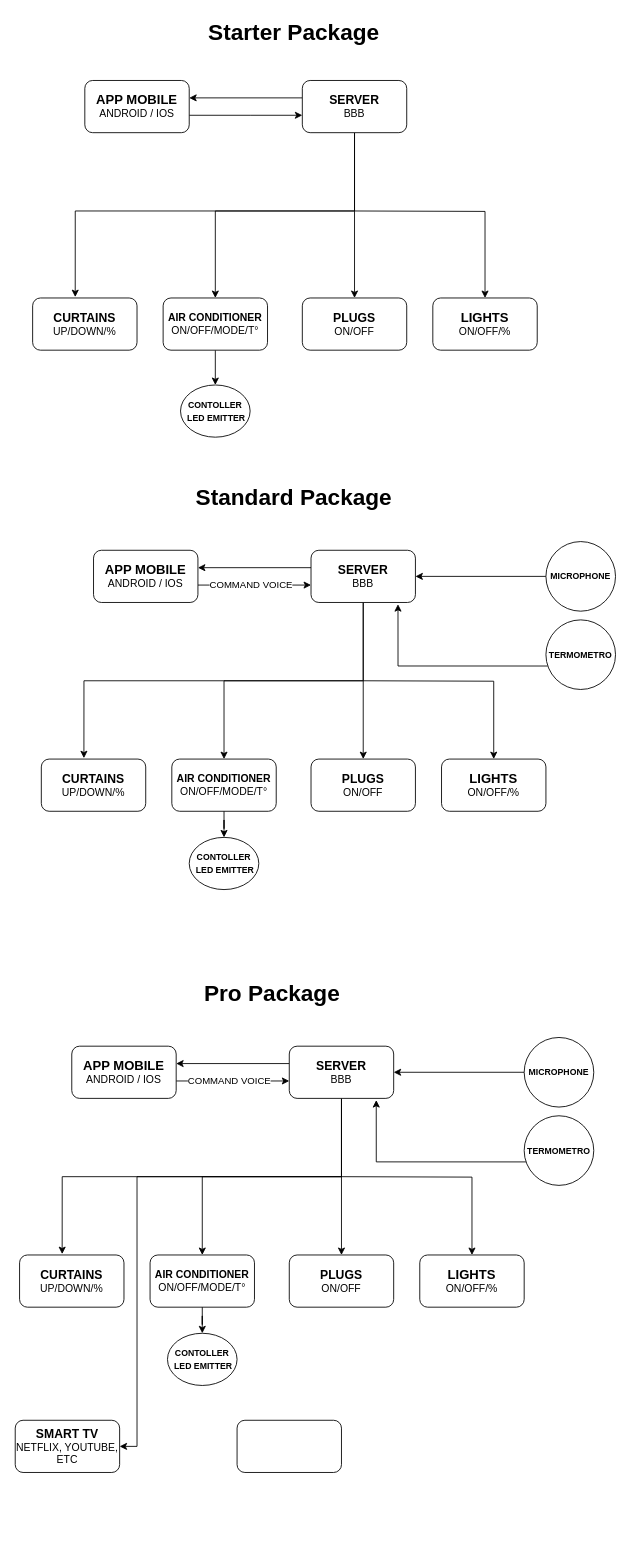
The draw.io diagram sunday.drawio in andyandreone/app-node-beagle, before the edit. Source tidied: cells renumbered, new cells numbered last; positions are measured from the earlier drawing's top-left corner, leaving out a move shared by most shapes. Both pictures are drawn from the tidied source at 87%, with x=0, y=0 at pixel (15, 15).
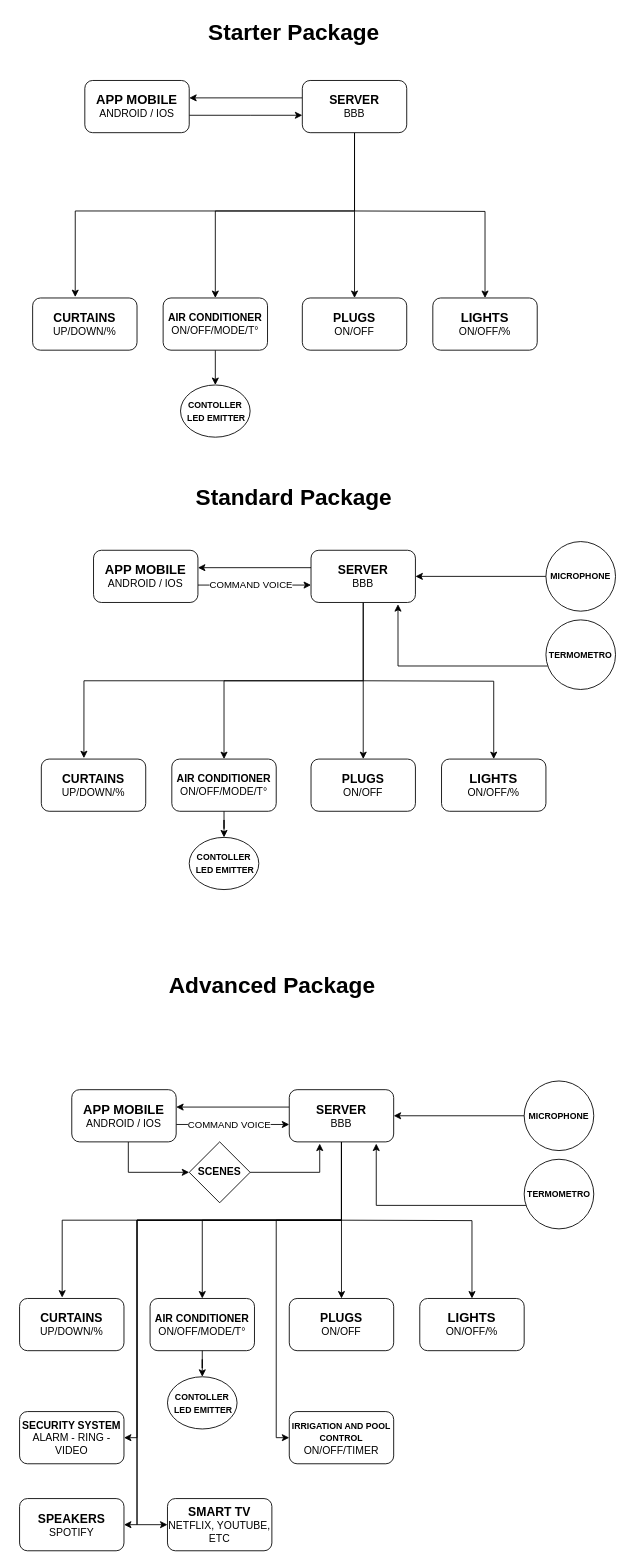
After the change.

What changed in the source:
```diff
@@
-    <mxCell id="37" value="Pro Package" style="text;html=1;align=center;verticalAlign=middle;strokeColor=none;fillColor=none;strokeWidth=4;fontSize=26;fontStyle=1;" parent="1" vertex="1">
-      <mxGeometry x="210" y="1105" width="170" height="40" as="geometry" />
-    </mxCell>
+    <mxCell id="58" value="&lt;font style=&quot;font-size: 14px;&quot;&gt;&lt;b&gt;SMART TV&lt;br&gt;&lt;/b&gt;&lt;/font&gt;&lt;font style=&quot;font-size: 12px;&quot;&gt;&lt;span style=&quot;&quot;&gt;NETFLIX, YOUTUBE, ETC&lt;/span&gt;&lt;font style=&quot;font-size: 12px;&quot;&gt;&lt;br&gt;&lt;/font&gt;&lt;/font&gt;" style="rounded=1;whiteSpace=wrap;html=1;labelBackgroundColor=none;" parent="1" vertex="1">
+      <mxGeometry x="175" y="1705" width="120" height="60" as="geometry" />
+    </mxCell>
+    <mxCell id="59" value="&lt;div&gt;&lt;b&gt;&lt;font style=&quot;font-size: 14px;&quot;&gt;SPEAKERS&lt;/font&gt;&lt;/b&gt;&lt;br&gt;SPOTIFY&lt;br&gt;&lt;/div&gt;" style="rounded=1;whiteSpace=wrap;html=1;labelBackgroundColor=none;" parent="1" vertex="1">
+      <mxGeometry x="5" y="1705" width="120" height="60" as="geometry" />
+    </mxCell>
+    <mxCell id="60" value="Advanced Package" style="text;html=1;align=center;verticalAlign=middle;strokeColor=none;fillColor=none;strokeWidth=4;fontSize=26;fontStyle=1;" parent="1" vertex="1">
+      <mxGeometry x="170" y="1095" width="250" height="40" as="geometry" />
+    </mxCell>
     <mxCell id="38" style="edgeStyle=orthogonalEdgeStyle;rounded=0;jettySize=auto;html=1;labelBackgroundColor=none;fontColor=default;" parent="1" edge="1" source="40" target="47">
       <mxGeometry relative="1" as="geometry">
         <Array as="points">
-          <mxPoint x="255" y="1225" />
-          <mxPoint x="255" y="1225" />
+          <mxPoint x="255" y="1275" />
+          <mxPoint x="255" y="1275" />
         </Array>
       </mxGeometry>
     </mxCell>
@@
+    <mxCell id="61" style="edgeStyle=orthogonalEdgeStyle;rounded=0;jettySize=auto;html=1;entryX=0;entryY=0.5;entryDx=0;entryDy=0;" parent="1" edge="1" source="40" target="70">
+      <mxGeometry relative="1" as="geometry">
+        <Array as="points">
+          <mxPoint x="130" y="1330" />
+        </Array>
+      </mxGeometry>
+    </mxCell>
     <mxCell id="40" value="&lt;b&gt;&lt;font style=&quot;font-size: 15px;&quot;&gt;APP MOBILE&lt;/font&gt;&lt;/b&gt;&lt;br&gt;ANDROID / IOS" style="rounded=1;whiteSpace=wrap;html=1;labelBackgroundColor=none;" parent="1" vertex="1">
-      <mxGeometry x="65" y="1185" width="120" height="60" as="geometry" />
+      <mxGeometry x="65" y="1235" width="120" height="60" as="geometry" />
     </mxCell>
@@
     <mxCell id="42" style="edgeStyle=orthogonalEdgeStyle;rounded=0;jettySize=auto;html=1;exitX=0.5;exitY=1;exitDx=0;exitDy=0;entryX=0.408;entryY=-0.017;entryDx=0;entryDy=0;entryPerimeter=0;labelBackgroundColor=none;fontColor=default;" parent="1" edge="1" source="47" target="48">
       <mxGeometry relative="1" as="geometry">
         <Array as="points">
-          <mxPoint x="375" y="1335" />
-          <mxPoint x="54" y="1335" />
+          <mxPoint x="375" y="1385" />
+          <mxPoint x="54" y="1385" />
         </Array>
       </mxGeometry>
     </mxCell>
-    <mxCell id="43" style="edgeStyle=orthogonalEdgeStyle;rounded=0;jettySize=auto;html=1;entryX=0.5;entryY=0;entryDx=0;entryDy=0;labelBackgroundColor=none;fontColor=default;" parent="1" edge="1" target="49">
-      <mxGeometry relative="1" as="geometry">
-        <mxPoint x="375" y="1335" as="sourcePoint" />
-      </mxGeometry>
-    </mxCell>
-    <mxCell id="44" style="edgeStyle=orthogonalEdgeStyle;rounded=0;jettySize=auto;html=1;entryX=0.5;entryY=0;entryDx=0;entryDy=0;labelBackgroundColor=none;fontColor=default;" parent="1" edge="1" target="51">
-      <mxGeometry relative="1" as="geometry">
-        <mxPoint x="375" y="1335" as="sourcePoint" />
-        <Array as="points">
-          <mxPoint x="215" y="1335" />
-        </Array>
-      </mxGeometry>
-    </mxCell>
-    <mxCell id="45" style="edgeStyle=orthogonalEdgeStyle;rounded=0;jettySize=auto;html=1;labelBackgroundColor=none;fontColor=default;" parent="1" edge="1" source="47">
-      <mxGeometry relative="1" as="geometry">
-        <mxPoint x="185" y="1205" as="targetPoint" />
-        <Array as="points">
-          <mxPoint x="185" y="1205" />
-        </Array>
-      </mxGeometry>
-    </mxCell>
+    <mxCell id="62" style="edgeStyle=orthogonalEdgeStyle;rounded=0;jettySize=auto;html=1;entryX=0.5;entryY=0;entryDx=0;entryDy=0;labelBackgroundColor=none;fontColor=default;" parent="1" edge="1" target="49">
+      <mxGeometry relative="1" as="geometry">
+        <mxPoint x="375" y="1385" as="sourcePoint" />
+      </mxGeometry>
+    </mxCell>
+    <mxCell id="63" style="edgeStyle=orthogonalEdgeStyle;rounded=0;jettySize=auto;html=1;entryX=0.5;entryY=0;entryDx=0;entryDy=0;labelBackgroundColor=none;fontColor=default;" parent="1" edge="1" target="51">
+      <mxGeometry relative="1" as="geometry">
+        <mxPoint x="375" y="1385" as="sourcePoint" />
+        <Array as="points">
+          <mxPoint x="215" y="1385" />
+        </Array>
+      </mxGeometry>
+    </mxCell>
+    <mxCell id="64" style="edgeStyle=orthogonalEdgeStyle;rounded=0;jettySize=auto;html=1;labelBackgroundColor=none;fontColor=default;" parent="1" edge="1" source="47">
+      <mxGeometry relative="1" as="geometry">
+        <mxPoint x="185" y="1255" as="targetPoint" />
+        <Array as="points">
+          <mxPoint x="185" y="1255" />
+        </Array>
+      </mxGeometry>
+    </mxCell>
+    <mxCell id="65" style="edgeStyle=orthogonalEdgeStyle;rounded=0;jettySize=auto;html=1;" parent="1" edge="1" source="47" target="68">
+      <mxGeometry relative="1" as="geometry">
+        <Array as="points">
+          <mxPoint x="375" y="1385" />
+          <mxPoint x="300" y="1385" />
+          <mxPoint x="300" y="1635" />
+        </Array>
+      </mxGeometry>
+    </mxCell>
+    <mxCell id="66" style="edgeStyle=orthogonalEdgeStyle;rounded=0;jettySize=auto;html=1;" parent="1" edge="1" source="47" target="59">
+      <mxGeometry relative="1" as="geometry">
+        <Array as="points">
+          <mxPoint x="375" y="1385" />
+          <mxPoint x="140" y="1385" />
+          <mxPoint x="140" y="1735" />
+        </Array>
+      </mxGeometry>
+    </mxCell>
+    <mxCell id="67" style="edgeStyle=orthogonalEdgeStyle;rounded=0;jettySize=auto;html=1;" parent="1" edge="1" source="47" target="69">
+      <mxGeometry relative="1" as="geometry">
+        <Array as="points">
+          <mxPoint x="375" y="1385" />
+          <mxPoint x="140" y="1385" />
+          <mxPoint x="140" y="1635" />
+        </Array>
+      </mxGeometry>
+    </mxCell>
-    <mxCell id="46" style="edgeStyle=orthogonalEdgeStyle;rounded=0;jettySize=auto;html=1;" parent="1" edge="1" source="47" target="58">
+    <mxCell id="46" style="edgeStyle=orthogonalEdgeStyle;rounded=0;jettySize=auto;html=1;entryX=0;entryY=0.5;entryDx=0;entryDy=0;" parent="1" edge="1" source="47" target="58">
       <mxGeometry relative="1" as="geometry">
         <Array as="points">
-          <mxPoint x="375" y="1335" />
-          <mxPoint x="140" y="1335" />
-          <mxPoint x="140" y="1645" />
+          <mxPoint x="375" y="1385" />
+          <mxPoint x="140" y="1385" />
+          <mxPoint x="140" y="1735" />
         </Array>
       </mxGeometry>
     </mxCell>
     <mxCell id="47" value="&lt;div&gt;&lt;b&gt;&lt;font style=&quot;font-size: 14px;&quot;&gt;SERVER&lt;/font&gt;&lt;/b&gt;&lt;br&gt;&lt;/div&gt;&lt;div&gt;BBB&lt;/div&gt;" style="rounded=1;whiteSpace=wrap;html=1;labelBackgroundColor=none;" parent="1" vertex="1">
-      <mxGeometry x="315" y="1185" width="120" height="60" as="geometry" />
+      <mxGeometry x="315" y="1235" width="120" height="60" as="geometry" />
     </mxCell>
     <mxCell id="48" value="&lt;div style=&quot;font-size: 13px;&quot;&gt;&lt;font size=&quot;1&quot;&gt;&lt;b style=&quot;font-size: 14px;&quot;&gt;CURTAINS&lt;/b&gt;&lt;/font&gt;&lt;/div&gt;UP/DOWN/%" style="rounded=1;whiteSpace=wrap;html=1;labelBackgroundColor=none;" parent="1" vertex="1">
-      <mxGeometry x="5" y="1425" width="120" height="60" as="geometry" />
+      <mxGeometry x="5" y="1475" width="120" height="60" as="geometry" />
     </mxCell>
     <mxCell id="49" value="&lt;b style=&quot;font-size: 15px;&quot;&gt;&lt;font style=&quot;font-size: 15px;&quot;&gt;LIGHTS&lt;br&gt;&lt;/font&gt;&lt;/b&gt;&lt;span style=&quot;&quot;&gt;&lt;font style=&quot;font-size: 12px;&quot;&gt;ON/OFF/%&lt;br&gt;&lt;/font&gt;&lt;/span&gt;" style="rounded=1;whiteSpace=wrap;html=1;labelBackgroundColor=none;" parent="1" vertex="1">
-      <mxGeometry x="465" y="1425" width="120" height="60" as="geometry" />
+      <mxGeometry x="465" y="1475" width="120" height="60" as="geometry" />
     </mxCell>
     <mxCell id="50" value="&lt;div&gt;&lt;font size=&quot;1&quot;&gt;&lt;b style=&quot;font-size: 14px;&quot;&gt;PLUGS&lt;br&gt;&lt;/b&gt;&lt;/font&gt;&lt;/div&gt;ON/OFF" style="rounded=1;whiteSpace=wrap;html=1;labelBackgroundColor=none;" parent="1" vertex="1">
-      <mxGeometry x="315" y="1425" width="120" height="60" as="geometry" />
+      <mxGeometry x="315" y="1475" width="120" height="60" as="geometry" />
     </mxCell>
     <mxCell id="51" value="&lt;font style=&quot;font-size: 12px;&quot;&gt;&lt;b style=&quot;&quot;&gt;AIR CONDITIONER&lt;br&gt;&lt;/b&gt;&lt;span style=&quot;&quot;&gt;ON/OFF/MODE/T°&lt;br&gt;&lt;/span&gt;&lt;/font&gt;" style="rounded=1;whiteSpace=wrap;html=1;labelBackgroundColor=none;" parent="1" vertex="1">
-      <mxGeometry x="155" y="1425" width="120" height="60" as="geometry" />
+      <mxGeometry x="155" y="1475" width="120" height="60" as="geometry" />
     </mxCell>
@@
     <mxCell id="53" value="&lt;font size=&quot;1&quot;&gt;&lt;b&gt;MICROPHONE&lt;/b&gt;&lt;/font&gt;" style="ellipse;whiteSpace=wrap;html=1;" parent="1" vertex="1">
-      <mxGeometry x="585" y="1175" width="80" height="80" as="geometry" />
+      <mxGeometry x="585" y="1225" width="80" height="80" as="geometry" />
     </mxCell>
@@
     <mxCell id="55" value="&lt;font size=&quot;1&quot;&gt;&lt;b&gt;TERMOMETRO&lt;/b&gt;&lt;/font&gt;" style="ellipse;whiteSpace=wrap;html=1;" parent="1" vertex="1">
-      <mxGeometry x="585" y="1265" width="80" height="80" as="geometry" />
+      <mxGeometry x="585" y="1315" width="80" height="80" as="geometry" />
     </mxCell>
     <mxCell id="56" value="&lt;div&gt;&lt;font size=&quot;1&quot;&gt;&lt;b&gt;CONTOLLER&lt;/b&gt;&lt;/font&gt;&lt;/div&gt;&lt;div&gt;&lt;font size=&quot;1&quot;&gt;&lt;b&gt;&amp;nbsp;LED EMITTER&lt;/b&gt;&lt;/font&gt;&lt;/div&gt;" style="ellipse;whiteSpace=wrap;html=1;" parent="1" vertex="1">
-      <mxGeometry x="175" y="1515" width="80" height="60" as="geometry" />
+      <mxGeometry x="175" y="1565" width="80" height="60" as="geometry" />
     </mxCell>
@@
-    <mxCell id="58" value="&lt;font style=&quot;font-size: 14px;&quot;&gt;&lt;b&gt;SMART TV&lt;br&gt;&lt;/b&gt;&lt;/font&gt;&lt;font style=&quot;font-size: 12px;&quot;&gt;&lt;span style=&quot;&quot;&gt;NETFLIX, YOUTUBE, ETC&lt;/span&gt;&lt;font style=&quot;font-size: 12px;&quot;&gt;&lt;br&gt;&lt;/font&gt;&lt;/font&gt;" style="rounded=1;whiteSpace=wrap;html=1;labelBackgroundColor=none;" parent="1" vertex="1">
-      <mxGeometry y="1615" width="120" height="60" as="geometry" />
-    </mxCell>
-    <mxCell id="59" value="&lt;font style=&quot;font-size: 12px;&quot;&gt;&lt;font style=&quot;font-size: 12px;&quot;&gt;&lt;br&gt;&lt;/font&gt;&lt;/font&gt;" style="rounded=1;whiteSpace=wrap;html=1;labelBackgroundColor=none;" parent="1" vertex="1">
-      <mxGeometry x="255" y="1615" width="120" height="60" as="geometry" />
-    </mxCell>
+    <mxCell id="68" value="&lt;b style=&quot;font-size: 10px;&quot;&gt;&lt;font style=&quot;font-size: 10px;&quot;&gt;IRRIGATION AND POOL CONTROL&lt;br&gt;&lt;/font&gt;&lt;/b&gt;&lt;font style=&quot;font-size: 12px;&quot;&gt;ON/OFF/TIMER&lt;b&gt;&lt;font style=&quot;font-size: 12px;&quot;&gt;&lt;br&gt;&lt;/font&gt;&lt;/b&gt;&lt;/font&gt;" style="rounded=1;whiteSpace=wrap;html=1;labelBackgroundColor=none;" parent="1" vertex="1">
+      <mxGeometry x="315" y="1605" width="120" height="60" as="geometry" />
+    </mxCell>
+    <mxCell id="69" value="&lt;b&gt;SECURITY SYSTEM&lt;/b&gt;&lt;br&gt;ALARM - RING - VIDEO&lt;b&gt;&lt;br&gt;&lt;/b&gt;" style="rounded=1;whiteSpace=wrap;html=1;labelBackgroundColor=none;" parent="1" vertex="1">
+      <mxGeometry x="5" y="1605" width="120" height="60" as="geometry" />
+    </mxCell>
+    <mxCell id="70" value="&lt;b&gt;SCENES&lt;/b&gt;" style="rhombus;whiteSpace=wrap;html=1;" parent="1" vertex="1">
+      <mxGeometry x="200" y="1295" width="70" height="70" as="geometry" />
+    </mxCell>
+    <mxCell id="71" style="edgeStyle=orthogonalEdgeStyle;rounded=0;jettySize=auto;html=1;" parent="1" edge="1" source="70">
+      <mxGeometry relative="1" as="geometry">
+        <mxPoint x="350" y="1297" as="targetPoint" />
+        <Array as="points">
+          <mxPoint x="350" y="1330" />
+          <mxPoint x="350" y="1297" />
+        </Array>
+      </mxGeometry>
+    </mxCell>
```
